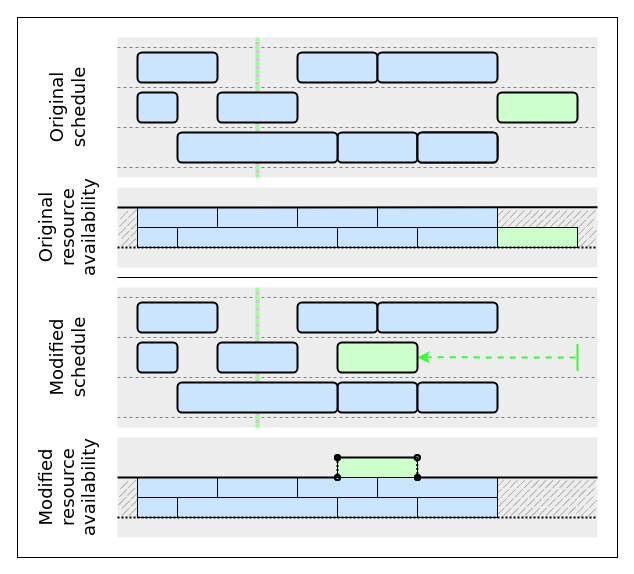
The draw.io diagram img/source/Schedule-Change.drawio in Krtiiik/Bottleneck-identification-for-constraint-relaxation-in-resource-constrained-project-scheduling, before the edit. Source tidied: cells renumbered, new cells numbered last; positions are measured from the earlier drawing's top-left corner, leaving out a move shared by most shapes. Both pictures are drawn from the tidied source at 100%, with x=0, y=0 at pixel (17, 17).
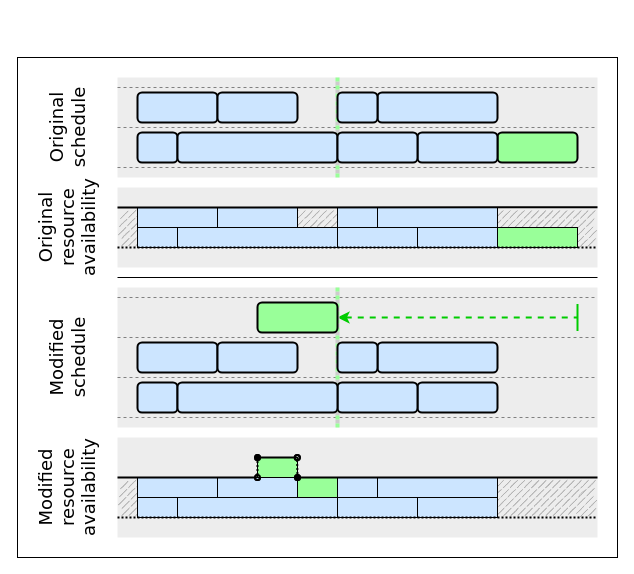
The same page after the edit.

Commit message (it also covers changes not shown here):
Update schedule change diagram

The change refers to these unchanged cells:
```xml
<mxCell id="55" style="rounded=0;whiteSpace=wrap;html=1;fontSize=20;strokeWidth=1;fillColor=#B3B3B3;strokeColor=none;gradientColor=none;gradientDirection=north;sketch=1;sketchStyle=rough;fillStyle=dashed;perimeterSpacing=0;labelBackgroundColor=none;disableMultiStroke=0;disableMultiStrokeFill=0;dashOffset=10;dashGap=3;hachureGap=5;fillWeight=1;hachureAngle=-45;curveFitting=-1;simplification=1;zigzagOffset=-10;" parent="1" vertex="1">
  <mxGeometry x="100" y="460" width="480" height="40" as="geometry" />
</mxCell>
```

What changed in the source:
```diff
@@
     <mxCell id="2" style="rounded=0;whiteSpace=wrap;html=1;" parent="1" vertex="1">
-      <mxGeometry width="600" height="540" as="geometry" />
+      <mxGeometry y="40" width="600" height="500" as="geometry" />
     </mxCell>
@@
     <mxCell id="5" style="rounded=0;whiteSpace=wrap;html=1;glass=0;sketch=0;fillStyle=auto;sketchStyle=rough;fontSize=20;strokeColor=none;strokeWidth=1;fillColor=#EDEDED;gradientColor=none;gradientDirection=north;" parent="1" vertex="1">
-      <mxGeometry x="100" y="20" width="480" height="140" as="geometry" />
+      <mxGeometry x="100" y="60" width="480" height="100" as="geometry" />
     </mxCell>
@@
-    <mxCell id="7" style="endArrow=baseDash;html=1;rounded=0;strokeWidth=2;dashed=1;startArrow=classic;startFill=1;endFill=0;strokeColor=#33FF33;startSize=6;endSize=24;" parent="1" edge="1">
+    <mxCell id="7" style="endArrow=baseDash;html=1;rounded=0;strokeWidth=2;dashed=1;startArrow=classic;startFill=1;endFill=0;strokeColor=#00CC00;startSize=6;endSize=24;exitX=1;exitY=0.5;exitDx=0;exitDy=0;" parent="1" edge="1" source="21">
       <mxGeometry relative="1" as="geometry">
-        <mxPoint x="400" y="339.8" as="sourcePoint" />
-        <mxPoint x="560" y="340" as="targetPoint" />
+        <mxPoint x="560" y="300" as="targetPoint" />
       </mxGeometry>
     </mxCell>
     <mxCell id="8" value="Original&lt;br&gt;schedule" style="text;html=1;strokeColor=none;fillColor=none;align=center;verticalAlign=middle;whiteSpace=wrap;rounded=0;glass=0;sketch=0;fillStyle=auto;sketchStyle=rough;fontFamily=Verdana;fontSize=18;horizontal=0;" parent="1" vertex="1">
-      <mxGeometry y="20" width="100" height="140" as="geometry" />
+      <mxGeometry y="60" width="100" height="100" as="geometry" />
     </mxCell>
     <mxCell id="9" style="rounded=1;whiteSpace=wrap;html=1;fontStyle=0;fontSize=20;strokeWidth=2;fillColor=#CCE5FF;" parent="1" vertex="1">
-      <mxGeometry x="120" y="35" width="80" height="30" as="geometry" />
+      <mxGeometry x="120" y="75" width="80" height="30" as="geometry" />
     </mxCell>
     <mxCell id="10" style="rounded=1;whiteSpace=wrap;html=1;fontStyle=0;fontSize=20;strokeWidth=2;fillColor=#CCE5FF;" parent="1" vertex="1">
-      <mxGeometry x="120" y="75" width="40" height="30" as="geometry" />
+      <mxGeometry x="120" y="115" width="40" height="30" as="geometry" />
     </mxCell>
-    <mxCell id="11" style="rounded=1;whiteSpace=wrap;html=1;fontStyle=0;fontSize=20;strokeWidth=2;fillColor=#CCE5FF;" parent="1" vertex="1">
-      <mxGeometry x="280" y="35" width="80" height="30" as="geometry" />
-    </mxCell>
-    <mxCell id="12" style="rounded=1;whiteSpace=wrap;html=1;fontStyle=0;fontSize=20;strokeWidth=2;fillColor=#CCE5FF;" parent="1" vertex="1">
-      <mxGeometry x="320" y="115" width="80" height="30" as="geometry" />
-    </mxCell>
-    <mxCell id="13" style="rounded=1;whiteSpace=wrap;html=1;fontStyle=0;fontSize=20;strokeWidth=2;fillColor=#E6FFCC;" parent="1" vertex="1">
-      <mxGeometry x="400" y="115" width="80" height="30" as="geometry" />
-    </mxCell>
-    <mxCell id="14" style="rounded=1;whiteSpace=wrap;html=1;fontStyle=0;fontSize=20;strokeWidth=2;fillColor=#CCFFCC;" parent="1" vertex="1">
-      <mxGeometry x="480" y="75" width="80" height="30" as="geometry" />
+    <mxCell id="14" style="rounded=1;whiteSpace=wrap;html=1;fontStyle=0;fontSize=20;strokeWidth=2;fillColor=#99FF99;" parent="1" vertex="1">
+      <mxGeometry x="480" y="115" width="80" height="30" as="geometry" />
     </mxCell>
@@
     <mxCell id="16" style="rounded=1;whiteSpace=wrap;html=1;fontStyle=0;fontSize=20;strokeWidth=2;fillColor=#CCE5FF;" parent="1" vertex="1">
-      <mxGeometry x="360" y="35" width="120" height="30" as="geometry" />
+      <mxGeometry x="360" y="75" width="120" height="30" as="geometry" />
     </mxCell>
     <mxCell id="17" style="rounded=1;whiteSpace=wrap;html=1;fontStyle=0;fontSize=20;strokeWidth=2;fillColor=#CCE5FF;" parent="1" vertex="1">
-      <mxGeometry x="120" y="285" width="80" height="30" as="geometry" />
+      <mxGeometry x="120" y="325" width="80" height="30" as="geometry" />
     </mxCell>
     <mxCell id="18" style="rounded=1;whiteSpace=wrap;html=1;fontStyle=0;fontSize=20;strokeWidth=2;fillColor=#CCE5FF;" parent="1" vertex="1">
-      <mxGeometry x="120" y="325" width="40" height="30" as="geometry" />
+      <mxGeometry x="120" y="365" width="40" height="30" as="geometry" />
     </mxCell>
-    <mxCell id="19" style="rounded=1;whiteSpace=wrap;html=1;fontStyle=0;fontSize=20;strokeWidth=2;fillColor=#CCE5FF;" parent="1" vertex="1">
-      <mxGeometry x="280" y="285" width="80" height="30" as="geometry" />
-    </mxCell>
-    <mxCell id="20" style="rounded=1;whiteSpace=wrap;html=1;fontStyle=0;fontSize=20;strokeWidth=2;fillColor=#CCE5FF;" parent="1" vertex="1">
-      <mxGeometry x="320" y="365" width="80" height="30" as="geometry" />
-    </mxCell>
-    <mxCell id="21" style="rounded=1;whiteSpace=wrap;html=1;fontStyle=0;fontSize=20;strokeWidth=2;fillColor=#CCFFCC;" parent="1" vertex="1">
-      <mxGeometry x="320" y="325" width="80" height="30" as="geometry" />
-    </mxCell>
@@
     <mxCell id="23" style="rounded=1;whiteSpace=wrap;html=1;fontStyle=0;fontSize=20;strokeWidth=2;fillColor=#CCE5FF;" parent="1" vertex="1">
-      <mxGeometry x="360" y="285" width="120" height="30" as="geometry" />
+      <mxGeometry x="360" y="325" width="120" height="30" as="geometry" />
     </mxCell>
@@
-    <mxCell id="31" style="endArrow=none;dashed=1;html=1;strokeWidth=1;rounded=0;fontSize=20;startSize=5;endSize=5;targetPerimeterSpacing=0;jumpStyle=none;jumpSize=6;strokeColor=#808080;fontStyle=0;" parent="1" edge="1">
-      <mxGeometry relative="1" as="geometry">
-        <mxPoint x="100" y="30" as="sourcePoint" />
-        <mxPoint x="580" y="30" as="targetPoint" />
-      </mxGeometry>
-    </mxCell>
     <mxCell id="32" style="endArrow=none;dashed=1;html=1;strokeWidth=4;rounded=0;strokeColor=#CCCCCC;dashPattern=1 1;jumpStyle=none;shadow=0;" parent="1" edge="1">
       <mxGeometry relative="1" as="geometry">
-        <mxPoint x="240" y="156" as="sourcePoint" />
-        <mxPoint x="240" y="22" as="targetPoint" />
+        <mxPoint x="320" y="156" as="sourcePoint" />
+        <mxPoint x="320" y="60" as="targetPoint" />
       </mxGeometry>
     </mxCell>
     <mxCell id="33" style="endArrow=none;dashed=1;html=1;strokeWidth=4;rounded=0;strokeColor=#99FF99;dashPattern=1 1;jumpStyle=none;shadow=0;" parent="1" edge="1">
       <mxGeometry relative="1" as="geometry">
-        <mxPoint x="240" y="160" as="sourcePoint" />
-        <mxPoint x="240" y="20" as="targetPoint" />
+        <mxPoint x="320" y="160" as="sourcePoint" />
+        <mxPoint x="320" y="60" as="targetPoint" />
       </mxGeometry>
     </mxCell>
-    <mxCell id="34" style="rounded=1;whiteSpace=wrap;html=1;fontStyle=0;fontSize=20;strokeWidth=2;fillColor=#CCE5FF;" parent="1" vertex="1">
-      <mxGeometry x="160" y="115" width="160" height="30" as="geometry" />
-    </mxCell>
@@
     <mxCell id="36" style="endArrow=none;dashed=1;html=1;strokeWidth=4;rounded=0;strokeColor=#CCCCCC;dashPattern=1 1;jumpStyle=none;shadow=0;" parent="1" edge="1">
       <mxGeometry relative="1" as="geometry">
-        <mxPoint x="240" y="406" as="sourcePoint" />
-        <mxPoint x="240" y="272" as="targetPoint" />
+        <mxPoint x="320" y="406" as="sourcePoint" />
+        <mxPoint x="320" y="272" as="targetPoint" />
       </mxGeometry>
     </mxCell>
     <mxCell id="37" style="endArrow=none;dashed=1;html=1;strokeWidth=4;rounded=0;strokeColor=#99FF99;dashPattern=1 1;jumpStyle=none;shadow=0;" parent="1" edge="1">
       <mxGeometry relative="1" as="geometry">
-        <mxPoint x="240" y="410" as="sourcePoint" />
-        <mxPoint x="240" y="270" as="targetPoint" />
+        <mxPoint x="320" y="410" as="sourcePoint" />
+        <mxPoint x="320" y="270" as="targetPoint" />
       </mxGeometry>
     </mxCell>
-    <mxCell id="38" style="rounded=1;whiteSpace=wrap;html=1;fontStyle=0;fontSize=20;strokeWidth=2;fillColor=#CCE5FF;" parent="1" vertex="1">
-      <mxGeometry x="160" y="365" width="160" height="30" as="geometry" />
-    </mxCell>
@@
     <mxCell id="48" style="rounded=0;whiteSpace=wrap;html=1;fillColor=#CCE5FF;" parent="1" vertex="1">
-      <mxGeometry x="280" y="190" width="80" height="20" as="geometry" />
+      <mxGeometry x="320" y="190" width="40" height="20" as="geometry" />
     </mxCell>
@@
-    <mxCell id="52" style="rounded=0;whiteSpace=wrap;html=1;fillColor=#CCFFCC;" parent="1" vertex="1">
+    <mxCell id="52" style="rounded=0;whiteSpace=wrap;html=1;fillColor=#99FF99;" parent="1" vertex="1">
       <mxGeometry x="480" y="210" width="80" height="20" as="geometry" />
     </mxCell>
@@
     <mxCell id="60" style="rounded=0;whiteSpace=wrap;html=1;fillColor=#CCE5FF;" parent="1" vertex="1">
-      <mxGeometry x="280" y="460" width="80" height="20" as="geometry" />
+      <mxGeometry x="320" y="460" width="40" height="20" as="geometry" />
     </mxCell>
@@
-    <mxCell id="64" style="rounded=0;whiteSpace=wrap;html=1;fillColor=#CCFFCC;" parent="1" vertex="1">
-      <mxGeometry x="320" y="440" width="80" height="20" as="geometry" />
+    <mxCell id="64" style="rounded=0;whiteSpace=wrap;html=1;fillColor=#99FF99;" parent="1" vertex="1">
+      <mxGeometry x="280" y="460" width="40" height="20" as="geometry" />
     </mxCell>
@@
-    <mxCell id="66" style="endArrow=oval;html=1;rounded=0;fontSize=20;targetPerimeterSpacing=0;strokeWidth=2;startArrow=none;startFill=0;endSize=5;startSize=5;endFill=0;" parent="1" edge="1">
+    <mxCell id="66" style="endArrow=oval;html=1;rounded=0;fontSize=20;targetPerimeterSpacing=0;strokeWidth=2;startArrow=none;startFill=0;endSize=5;startSize=5;endFill=0;exitX=0;exitY=0;exitDx=0;exitDy=0;" parent="1" edge="1" source="55">
       <mxGeometry relative="1" as="geometry">
-        <mxPoint x="100" y="460" as="sourcePoint" />
-        <mxPoint x="320" y="460" as="targetPoint" />
+        <mxPoint x="240" y="460" as="targetPoint" />
       </mxGeometry>
     </mxCell>
+    <mxCell id="71" value="Original&lt;br&gt;resource&lt;br&gt;availability" style="text;html=1;strokeColor=none;fillColor=none;align=center;verticalAlign=middle;whiteSpace=wrap;rounded=0;glass=0;sketch=0;fillStyle=auto;sketchStyle=rough;fontFamily=Verdana;fontSize=18;horizontal=0;" parent="1" vertex="1">
+      <mxGeometry y="170" width="100" height="80" as="geometry" />
+    </mxCell>
+    <mxCell id="11" style="rounded=1;whiteSpace=wrap;html=1;fontStyle=0;fontSize=20;strokeWidth=2;fillColor=#CCE5FF;" parent="1" vertex="1">
+      <mxGeometry x="320" y="75" width="40" height="30" as="geometry" />
+    </mxCell>
+    <mxCell id="34" style="rounded=1;whiteSpace=wrap;html=1;fontStyle=0;fontSize=20;strokeWidth=2;fillColor=#CCE5FF;" parent="1" vertex="1">
+      <mxGeometry x="160" y="115" width="160" height="30" as="geometry" />
+    </mxCell>
+    <mxCell id="12" style="rounded=1;whiteSpace=wrap;html=1;fontStyle=0;fontSize=20;strokeWidth=2;fillColor=#CCE5FF;" parent="1" vertex="1">
+      <mxGeometry x="320" y="115" width="80" height="30" as="geometry" />
+    </mxCell>
+    <mxCell id="19" style="rounded=1;whiteSpace=wrap;html=1;fontStyle=0;fontSize=20;strokeWidth=2;fillColor=#CCE5FF;" parent="1" vertex="1">
+      <mxGeometry x="320" y="325" width="40" height="30" as="geometry" />
+    </mxCell>
+    <mxCell id="20" style="rounded=1;whiteSpace=wrap;html=1;fontStyle=0;fontSize=20;strokeWidth=2;fillColor=#CCE5FF;" parent="1" vertex="1">
+      <mxGeometry x="320" y="365" width="80" height="30" as="geometry" />
+    </mxCell>
+    <mxCell id="38" style="rounded=1;whiteSpace=wrap;html=1;fontStyle=0;fontSize=20;strokeWidth=2;fillColor=#CCE5FF;" parent="1" vertex="1">
+      <mxGeometry x="160" y="365" width="160" height="30" as="geometry" />
+    </mxCell>
+    <mxCell id="21" style="rounded=1;whiteSpace=wrap;html=1;fontStyle=0;fontSize=20;strokeWidth=2;fillColor=#99FF99;" parent="1" vertex="1">
+      <mxGeometry x="240" y="285" width="80" height="30" as="geometry" />
+    </mxCell>
+    <mxCell id="72" style="rounded=0;whiteSpace=wrap;html=1;fillColor=#99FF99;" parent="1" vertex="1">
+      <mxGeometry x="240" y="440" width="40" height="20" as="geometry" />
+    </mxCell>
-    <mxCell id="67" style="endArrow=none;html=1;rounded=0;fontSize=20;targetPerimeterSpacing=0;strokeWidth=2;startArrow=oval;startFill=1;endSize=5;startSize=5;endFill=0;" parent="1" edge="1">
+    <mxCell id="67" style="endArrow=none;html=1;rounded=0;fontSize=20;targetPerimeterSpacing=0;strokeWidth=2;startArrow=oval;startFill=1;endSize=5;startSize=5;endFill=0;exitX=0;exitY=0;exitDx=0;exitDy=0;" parent="1" edge="1" source="64">
       <mxGeometry relative="1" as="geometry">
-        <mxPoint x="400" y="460" as="sourcePoint" />
         <mxPoint x="580" y="460" as="targetPoint" />
       </mxGeometry>
     </mxCell>
     <mxCell id="68" style="endArrow=oval;html=1;rounded=0;fontSize=20;targetPerimeterSpacing=0;strokeWidth=2;startArrow=oval;startFill=0;endSize=5;startSize=5;jumpStyle=none;jumpSize=6;dashed=1;dashPattern=1 1;endFill=1;" parent="1" edge="1">
       <mxGeometry relative="1" as="geometry">
-        <mxPoint x="320" y="460" as="sourcePoint" />
-        <mxPoint x="320" y="440" as="targetPoint" />
+        <mxPoint x="240" y="460" as="sourcePoint" />
+        <mxPoint x="240" y="440" as="targetPoint" />
       </mxGeometry>
     </mxCell>
     <mxCell id="69" style="endArrow=oval;html=1;rounded=0;fontSize=20;targetPerimeterSpacing=0;strokeWidth=2;startArrow=oval;startFill=1;endSize=5;startSize=5;endFill=0;" parent="1" edge="1">
       <mxGeometry relative="1" as="geometry">
-        <mxPoint x="320" y="440" as="sourcePoint" />
-        <mxPoint x="400" y="440" as="targetPoint" />
+        <mxPoint x="240" y="440" as="sourcePoint" />
+        <mxPoint x="280" y="440" as="targetPoint" />
       </mxGeometry>
     </mxCell>
     <mxCell id="70" style="endArrow=oval;html=1;rounded=0;fontSize=20;targetPerimeterSpacing=0;strokeWidth=2;startArrow=oval;startFill=0;endSize=5;startSize=5;jumpStyle=none;jumpSize=6;dashed=1;dashPattern=1 1;endFill=1;" parent="1" edge="1">
       <mxGeometry relative="1" as="geometry">
-        <mxPoint x="399.6" y="440" as="sourcePoint" />
-        <mxPoint x="400" y="460" as="targetPoint" />
+        <mxPoint x="279.6" y="440" as="sourcePoint" />
+        <mxPoint x="280" y="460" as="targetPoint" />
       </mxGeometry>
     </mxCell>
-    <mxCell id="71" value="Original&lt;br&gt;resource&lt;br&gt;availability" style="text;html=1;strokeColor=none;fillColor=none;align=center;verticalAlign=middle;whiteSpace=wrap;rounded=0;glass=0;sketch=0;fillStyle=auto;sketchStyle=rough;fontFamily=Verdana;fontSize=18;horizontal=0;" parent="1" vertex="1">
-      <mxGeometry y="170" width="100" height="80" as="geometry" />
-    </mxCell>
```
